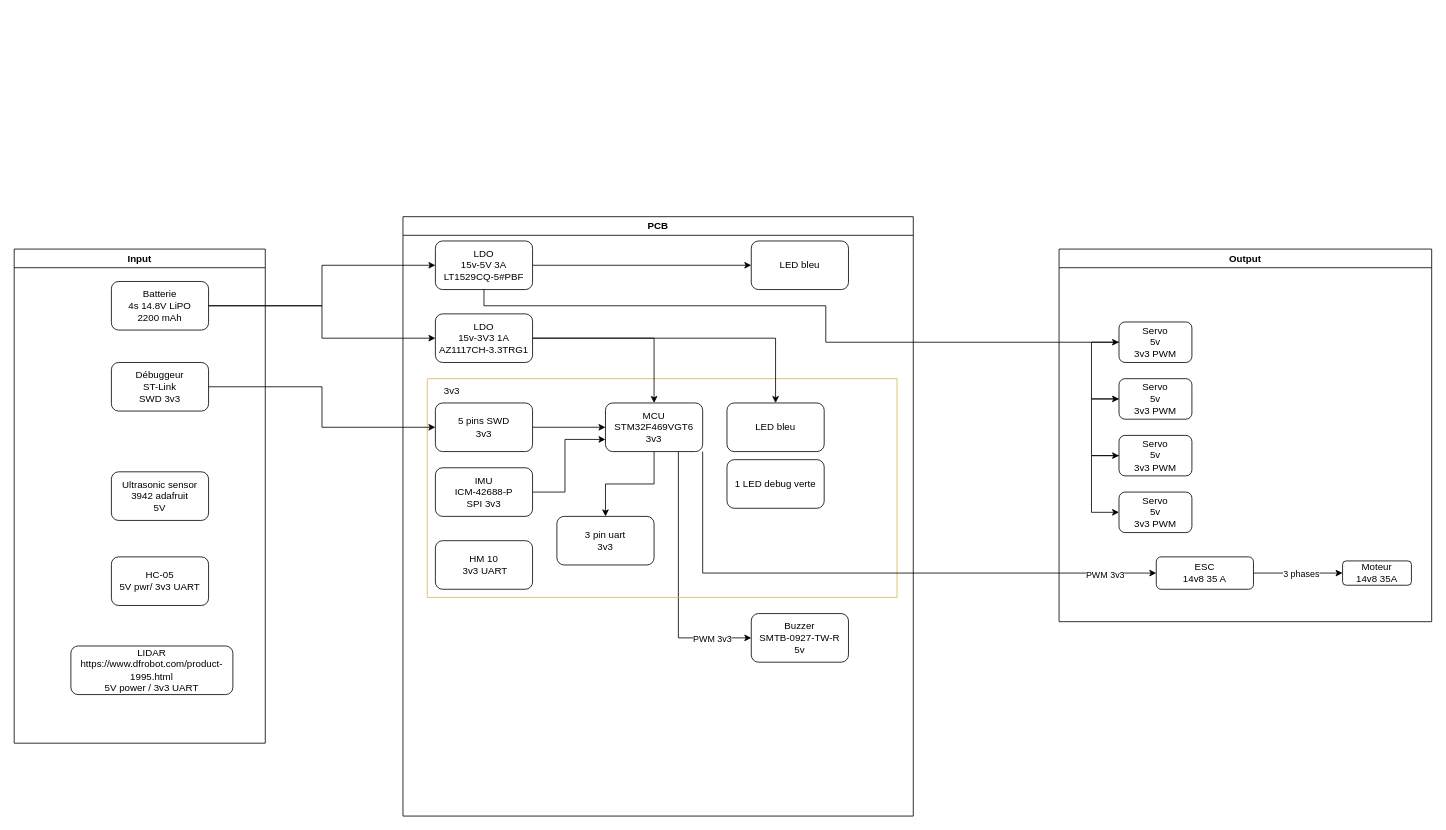
The draw.io diagram Schema_bloc.drawio in GAULAvionique/ABRARACOURCIX_HARD_ware, before the edit. Source tidied: cells renumbered, new cells numbered last; positions are measured from the earlier drawing's top-left corner, leaving out a move shared by most shapes. Both pictures are drawn from the tidied source at 81%, with x=0, y=0 at pixel (14, 216).
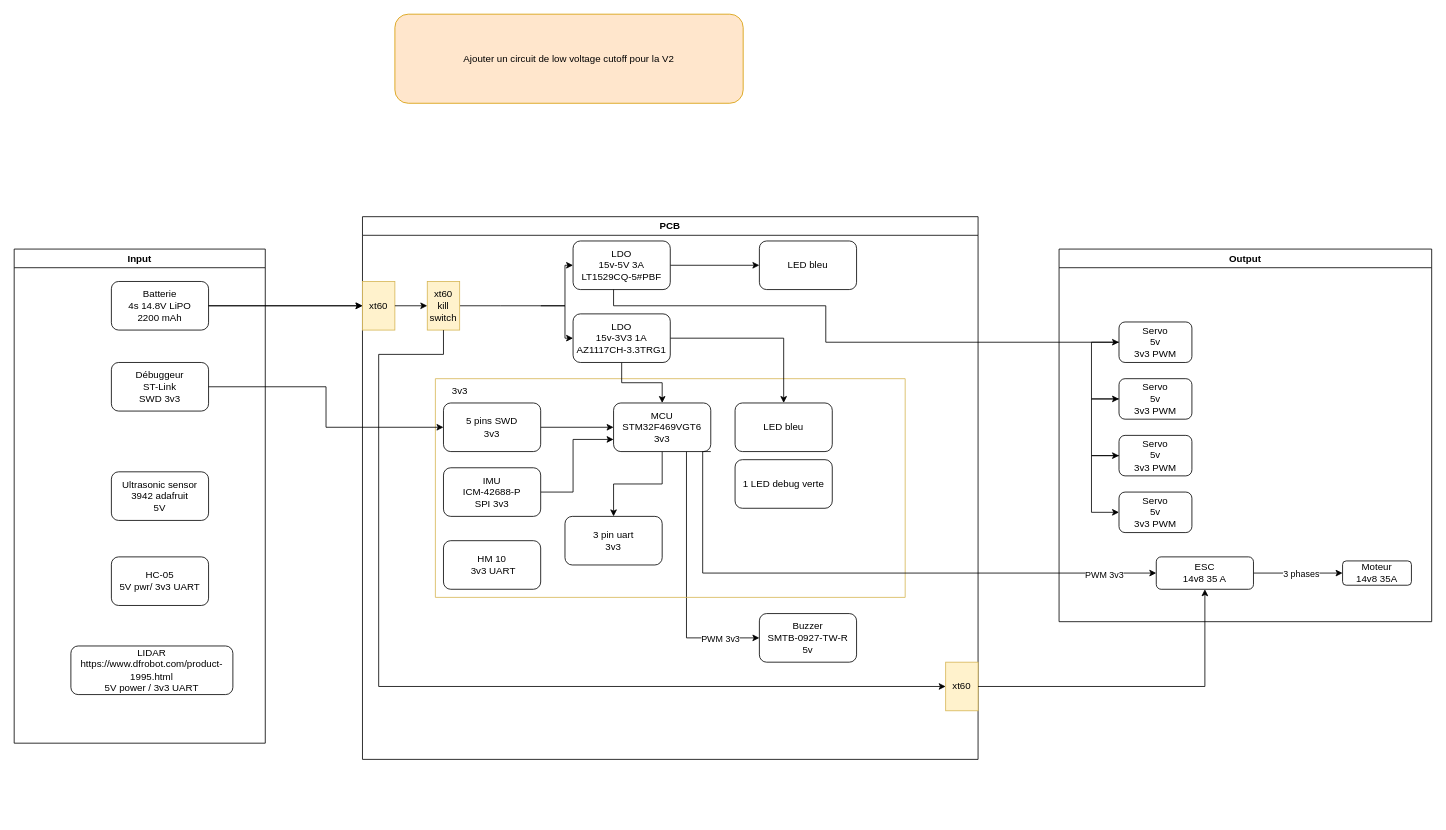
After the change.

The change refers to these unchanged cells:
```xml
<mxCell id="3" value="Batterie&lt;div&gt;4s 14.8V LiPO&lt;/div&gt;&lt;div&gt;2200 mAh&lt;/div&gt;" style="rounded=1;whiteSpace=wrap;html=1;" parent="2" vertex="1">
  <mxGeometry x="120" y="40" width="120" height="60" as="geometry" />
</mxCell>
<mxCell id="12" value="ESC&lt;br&gt;14v8 35 A" style="rounded=1;whiteSpace=wrap;html=1;" parent="8" vertex="1">
  <mxGeometry x="120" y="380" width="120" height="40" as="geometry" />
</mxCell>
<mxCell id="14" value="Servo&lt;br&gt;5v&lt;br&gt;3v3 PWM" style="rounded=1;whiteSpace=wrap;html=1;" parent="8" vertex="1">
  <mxGeometry x="74" y="90" width="90" height="50" as="geometry" />
</mxCell>
<mxCell id="33" value="IMU&lt;br&gt;ICM-42688-P&lt;br&gt;SPI 3v3" style="rounded=1;whiteSpace=wrap;html=1;" parent="29" vertex="1">
  <mxGeometry x="10" y="110" width="120" height="60" as="geometry" />
</mxCell>
```

Change to the diagram source:
```diff
@@
     <mxCell id="20" value="PCB" style="swimlane;whiteSpace=wrap;html=1;" parent="1" vertex="1">
-      <mxGeometry x="480" width="630" height="740" as="geometry" />
+      <mxGeometry x="430" width="760" height="670" as="geometry" />
     </mxCell>
     <mxCell id="21" value="Buzzer&lt;div&gt;SMTB-0927-TW-R&lt;br&gt;&lt;/div&gt;&lt;div&gt;5v&lt;/div&gt;" style="rounded=1;whiteSpace=wrap;html=1;" parent="20" vertex="1">
-      <mxGeometry x="430" y="490" width="120" height="60" as="geometry" />
+      <mxGeometry x="490" y="490" width="120" height="60" as="geometry" />
     </mxCell>
@@
     <mxCell id="23" value="5 pins SWD&lt;br&gt;3v3" style="rounded=1;whiteSpace=wrap;html=1;" parent="20" vertex="1">
-      <mxGeometry x="40" y="230" width="120" height="60" as="geometry" />
+      <mxGeometry x="100" y="230" width="120" height="60" as="geometry" />
     </mxCell>
     <mxCell id="24" style="edgeStyle=orthogonalEdgeStyle;rounded=0;jettySize=auto;html=1;entryX=0;entryY=0.75;entryDx=0;entryDy=0;" parent="20" edge="1" source="33" target="28">
       <mxGeometry relative="1" as="geometry">
         <Array as="points">
-          <mxPoint x="200" y="340" />
-          <mxPoint x="200" y="275" />
+          <mxPoint x="260" y="340" />
+          <mxPoint x="260" y="275" />
         </Array>
       </mxGeometry>
     </mxCell>
@@
     <mxCell id="28" value="MCU&lt;br&gt;STM32F469VGT6&lt;br&gt;3v3" style="rounded=1;whiteSpace=wrap;html=1;" parent="20" vertex="1">
-      <mxGeometry x="250" y="230" width="120" height="60" as="geometry" />
+      <mxGeometry x="310" y="230" width="120" height="60" as="geometry" />
     </mxCell>
     <mxCell id="29" style="swimlane;startSize=0;fillColor=#FFF2CC;strokeColor=#d6b656;gradientColor=none;swimlaneFillColor=none;" parent="20" vertex="1">
-      <mxGeometry x="30" y="200" width="580" height="270" as="geometry" />
+      <mxGeometry x="90" y="200" width="580" height="270" as="geometry" />
     </mxCell>
@@
     <mxCell id="37" value="LDO&lt;br&gt;15v-5V 3A&lt;br&gt;LT1529CQ-5#PBF" style="rounded=1;whiteSpace=wrap;html=1;" parent="20" vertex="1">
-      <mxGeometry x="40" y="30" width="120" height="60" as="geometry" />
+      <mxGeometry x="260" y="30" width="120" height="60" as="geometry" />
     </mxCell>
@@
     <mxCell id="40" value="LDO&lt;br&gt;15v-3V3 1A&lt;br&gt;AZ1117CH-3.3TRG1" style="rounded=1;whiteSpace=wrap;html=1;" parent="20" vertex="1">
-      <mxGeometry x="40" y="120" width="120" height="60" as="geometry" />
+      <mxGeometry x="260" y="120" width="120" height="60" as="geometry" />
     </mxCell>
     <mxCell id="41" value="LED bleu" style="rounded=1;whiteSpace=wrap;html=1;" parent="20" vertex="1">
-      <mxGeometry x="430" y="30" width="120" height="60" as="geometry" />
+      <mxGeometry x="490" y="30" width="120" height="60" as="geometry" />
     </mxCell>
+    <mxCell id="48" value="xt60" style="rounded=0;whiteSpace=wrap;html=1;fillColor=#fff2cc;strokeColor=#d6b656;" parent="20" vertex="1">
+      <mxGeometry y="80" width="40" height="60" as="geometry" />
+    </mxCell>
+    <mxCell id="49" value="xt60" style="rounded=0;whiteSpace=wrap;html=1;fillColor=#fff2cc;strokeColor=#d6b656;" parent="20" vertex="1">
+      <mxGeometry x="720" y="550" width="40" height="60" as="geometry" />
+    </mxCell>
@@
-    <mxCell id="45" style="edgeStyle=orthogonalEdgeStyle;rounded=0;jettySize=auto;html=1;exitX=1;exitY=0.5;exitDx=0;exitDy=0;" parent="1" edge="1" source="3" target="37">
-      <mxGeometry relative="1" as="geometry" />
+    <mxCell id="45" style="edgeStyle=orthogonalEdgeStyle;rounded=0;jettySize=auto;html=1;exitX=1;exitY=0.5;exitDx=0;exitDy=0;" parent="1" edge="1" target="37">
+      <mxGeometry relative="1" as="geometry">
+        <mxPoint x="650" y="110" as="sourcePoint" />
+        <Array as="points">
+          <mxPoint x="680" y="110" />
+          <mxPoint x="680" y="60" />
+        </Array>
+      </mxGeometry>
     </mxCell>
-    <mxCell id="46" style="edgeStyle=orthogonalEdgeStyle;rounded=0;jettySize=auto;html=1;entryX=0;entryY=0.5;entryDx=0;entryDy=0;" parent="1" edge="1" source="3" target="40">
-      <mxGeometry relative="1" as="geometry" />
+    <mxCell id="46" style="edgeStyle=orthogonalEdgeStyle;rounded=0;jettySize=auto;html=1;entryX=0;entryY=0.5;entryDx=0;entryDy=0;" parent="1" edge="1" target="40">
+      <mxGeometry relative="1" as="geometry">
+        <mxPoint x="650" y="110" as="sourcePoint" />
+        <Array as="points">
+          <mxPoint x="680" y="110" />
+          <mxPoint x="680" y="150" />
+        </Array>
+      </mxGeometry>
     </mxCell>
     <mxCell id="47" style="edgeStyle=orthogonalEdgeStyle;rounded=0;jettySize=auto;html=1;entryX=0;entryY=0.5;entryDx=0;entryDy=0;" parent="1" edge="1" source="37" target="14">
       <mxGeometry relative="1" as="geometry">
         <Array as="points">
-          <mxPoint x="580" y="110" />
+          <mxPoint x="740" y="110" />
           <mxPoint x="1002" y="110" />
           <mxPoint x="1002" y="155" />
         </Array>
       </mxGeometry>
     </mxCell>
+    <mxCell id="50" style="edgeStyle=orthogonalEdgeStyle;rounded=0;jettySize=auto;html=1;exitX=1;exitY=0.5;exitDx=0;exitDy=0;endArrow=none;endFill=0;" parent="1" edge="1" source="54">
+      <mxGeometry relative="1" as="geometry">
+        <mxPoint x="650" y="110" as="targetPoint" />
+      </mxGeometry>
+    </mxCell>
+    <mxCell id="51" style="edgeStyle=orthogonalEdgeStyle;rounded=0;jettySize=auto;html=1;exitX=1;exitY=0.5;exitDx=0;exitDy=0;" parent="1" edge="1" source="3" target="48">
+      <mxGeometry relative="1" as="geometry" />
+    </mxCell>
+    <mxCell id="52" style="edgeStyle=orthogonalEdgeStyle;rounded=0;jettySize=auto;html=1;entryX=0;entryY=0.5;entryDx=0;entryDy=0;" parent="1" edge="1" source="3" target="48">
+      <mxGeometry relative="1" as="geometry" />
+    </mxCell>
+    <mxCell id="53" style="edgeStyle=orthogonalEdgeStyle;rounded=0;jettySize=auto;html=1;entryX=0.5;entryY=1;entryDx=0;entryDy=0;" parent="1" edge="1" source="49" target="12">
+      <mxGeometry relative="1" as="geometry" />
+    </mxCell>
+    <mxCell id="54" value="xt60&lt;br&gt;kill&lt;br&gt;switch" style="rounded=0;whiteSpace=wrap;html=1;fillColor=#fff2cc;strokeColor=#d6b656;" parent="1" vertex="1">
+      <mxGeometry x="510" y="80" width="40" height="60" as="geometry" />
+    </mxCell>
+    <mxCell id="55" style="edgeStyle=orthogonalEdgeStyle;rounded=0;jettySize=auto;html=1;entryX=0;entryY=0.5;entryDx=0;entryDy=0;exitX=0.5;exitY=1;exitDx=0;exitDy=0;" parent="1" edge="1" source="54" target="49">
+      <mxGeometry relative="1" as="geometry">
+        <Array as="points">
+          <mxPoint x="530" y="170" />
+          <mxPoint x="450" y="170" />
+          <mxPoint x="450" y="580" />
+        </Array>
+      </mxGeometry>
+    </mxCell>
+    <mxCell id="56" style="edgeStyle=orthogonalEdgeStyle;rounded=0;jettySize=auto;html=1;exitX=1;exitY=0.5;exitDx=0;exitDy=0;" parent="1" edge="1" source="48" target="54">
+      <mxGeometry relative="1" as="geometry" />
+    </mxCell>
+    <mxCell id="57" value="Ajouter un circuit de low voltage cutoff pour la V2" style="rounded=1;whiteSpace=wrap;html=1;fillColor=#ffe6cc;strokeColor=#d79b00;" parent="1" vertex="1">
+      <mxGeometry x="470" y="-250" width="430" height="110" as="geometry" />
+    </mxCell>
```
